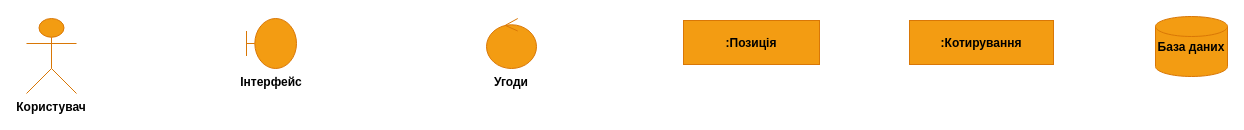
Before: page "6 Послідовність ордера" (7 of 10) of ByGigaBit_8_діаграм.drawio in Hast1k/bygigabit, a draw.io diagram. Source tidied: cells renumbered, new cells numbered last; positions are measured from the earlier drawing's top-left corner, leaving out a move shared by most shapes. Both pictures are drawn from the tidied source at 100%, with x=0, y=0 at pixel (26, 16).
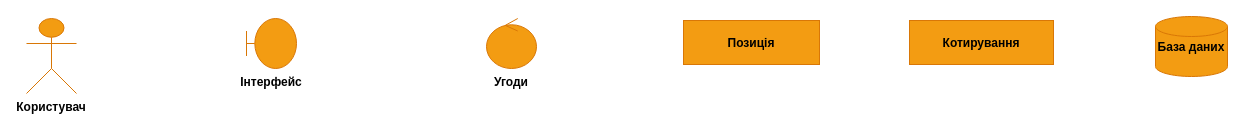
The same page after the edit.

The edit, as a diff of the source:
```diff
@@
 <mxGraphModel background="#ffffff">
   <root>
     <mxCell id="0" />
     <mxCell id="1" parent="0" />
     <mxCell id="2" value="Користувач" style="shape=umlActor;verticalLabelPosition=bottom;verticalAlign=top;fillColor=#f39c12;strokeColor=#d97706;fontStyle=1;" parent="1" vertex="1">
       <mxGeometry y="2" width="50" height="75" as="geometry" />
     </mxCell>
     <mxCell id="3" value="Інтерфейс" style="shape=umlBoundary;verticalLabelPosition=bottom;verticalAlign=top;fillColor=#f39c12;strokeColor=#d97706;fontStyle=1;" parent="1" vertex="1">
       <mxGeometry x="220" y="2" width="50" height="50" as="geometry" />
     </mxCell>
     <mxCell id="4" value="Угоди" style="shape=umlControl;verticalLabelPosition=bottom;verticalAlign=top;fillColor=#f39c12;strokeColor=#d97706;fontStyle=1;" parent="1" vertex="1">
       <mxGeometry x="460" y="2" width="50" height="50" as="geometry" />
     </mxCell>
-    <mxCell id="5" value=":Позиція" style="rounded=0;fillColor=#f39c12;strokeColor=#d97706;fontStyle=1;" parent="1" vertex="1">
+    <mxCell id="5" value="Позиція" style="rounded=0;fillColor=#f39c12;strokeColor=#d97706;fontStyle=1;" parent="1" vertex="1">
       <mxGeometry x="657" y="4" width="136" height="44" as="geometry" />
     </mxCell>
-    <mxCell id="6" value=":Котирування" style="rounded=0;fillColor=#f39c12;strokeColor=#d97706;fontStyle=1;" parent="1" vertex="1">
+    <mxCell id="6" value="Котирування" style="rounded=0;fillColor=#f39c12;strokeColor=#d97706;fontStyle=1;" parent="1" vertex="1">
       <mxGeometry x="883" y="4" width="144" height="44" as="geometry" />
     </mxCell>
     <mxCell id="7" value="База даних" style="shape=cylinder3;size=10;fillColor=#f39c12;strokeColor=#d97706;fontStyle=1;" parent="1" vertex="1">
       <mxGeometry x="1129" width="72" height="60" as="geometry" />
     </mxCell>
   </root>
 </mxGraphModel>
```
